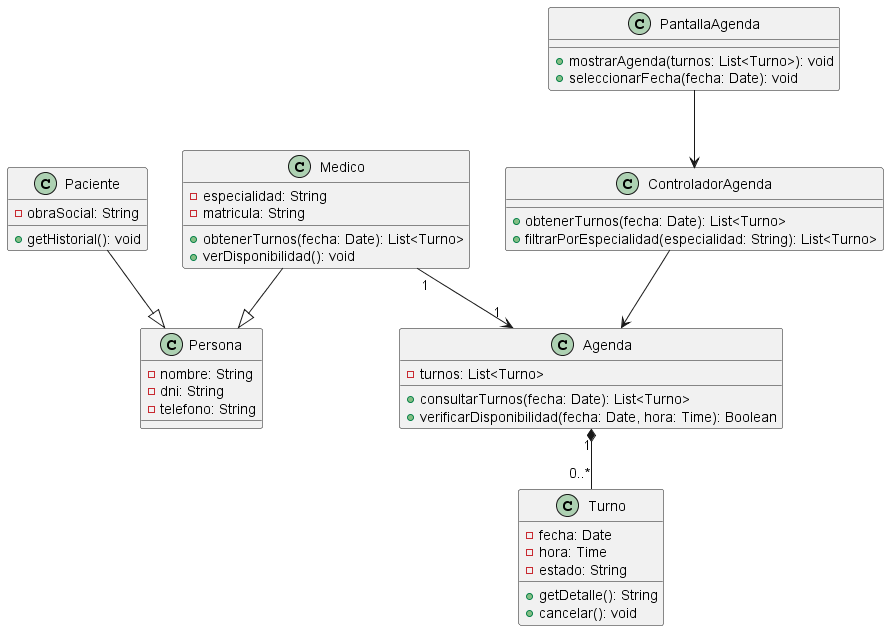
Earlier version of the PlantUML export diagramas/01-diagrama-clases/04-clases-visualizar-agenda-medica-04.png (Purezaamor/SistemaTurnosMedicos). Its diagram source:
```plantuml
@startuml
class Persona {
  - nombre: String
  - dni: String
  - telefono: String
}

class Medico {
  - especialidad: String
  - matricula: String
  + obtenerTurnos(fecha: Date): List<Turno>
  + verDisponibilidad(): void
}

class Paciente {
  - obraSocial: String
  + getHistorial(): void
}

class PantallaAgenda {
  + mostrarAgenda(turnos: List<Turno>): void
  + seleccionarFecha(fecha: Date): void
}

class ControladorAgenda {
  + obtenerTurnos(fecha: Date): List<Turno>
  + filtrarPorEspecialidad(especialidad: String): List<Turno>
}

class Agenda {
  - turnos: List<Turno>
  + consultarTurnos(fecha: Date): List<Turno>
  + verificarDisponibilidad(fecha: Date, hora: Time): Boolean
}

class Turno {
  - fecha: Date
  - hora: Time
  - estado: String
  + getDetalle(): String
  + cancelar(): void
}

Medico --|> Persona
Paciente --|> Persona
Medico "1" --> "1" Agenda
Agenda "1" *-- "0..*" Turno
PantallaAgenda --> ControladorAgenda
ControladorAgenda --> Agenda
@enduml
```
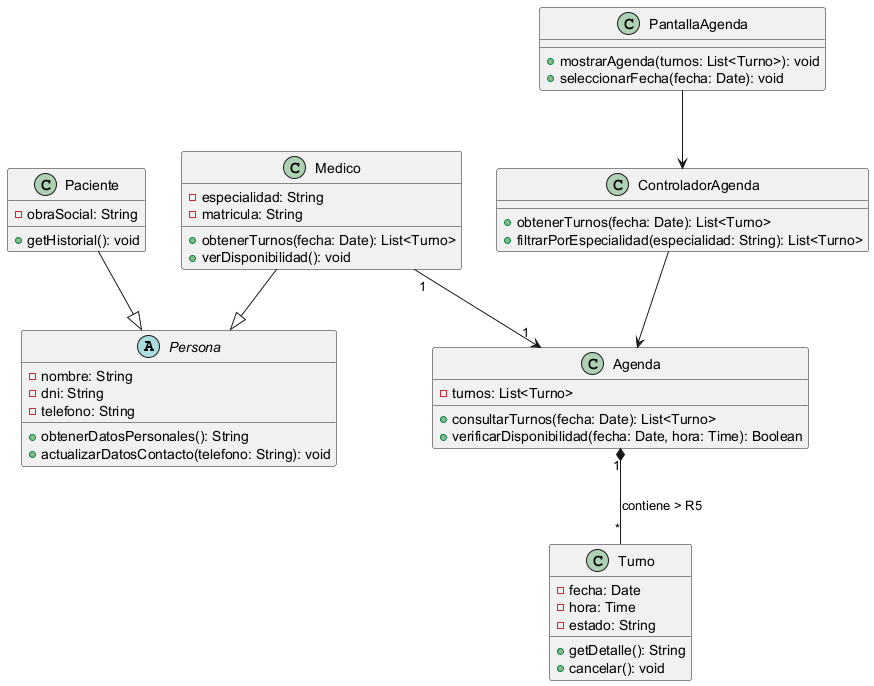
After the commit.

What changed in the source:
```diff
@@ -1,8 +1,10 @@
 @startuml
-class Persona {
-  - nombre: String
-  - dni: String
-  - telefono: String
+abstract class Persona {
+    - nombre: String
+    - dni: String
+    - telefono: String
+    + obtenerDatosPersonales(): String
+    + actualizarDatosContacto(telefono: String): void
 }
 
 class Medico {
@@ -44,7 +46,7 @@
 Medico --|> Persona
 Paciente --|> Persona
 Medico "1" --> "1" Agenda
-Agenda "1" *-- "0..*" Turno
+Agenda "1" *-- "*" Turno : contiene > R5
 PantallaAgenda --> ControladorAgenda
 ControladorAgenda --> Agenda
 @enduml
```
